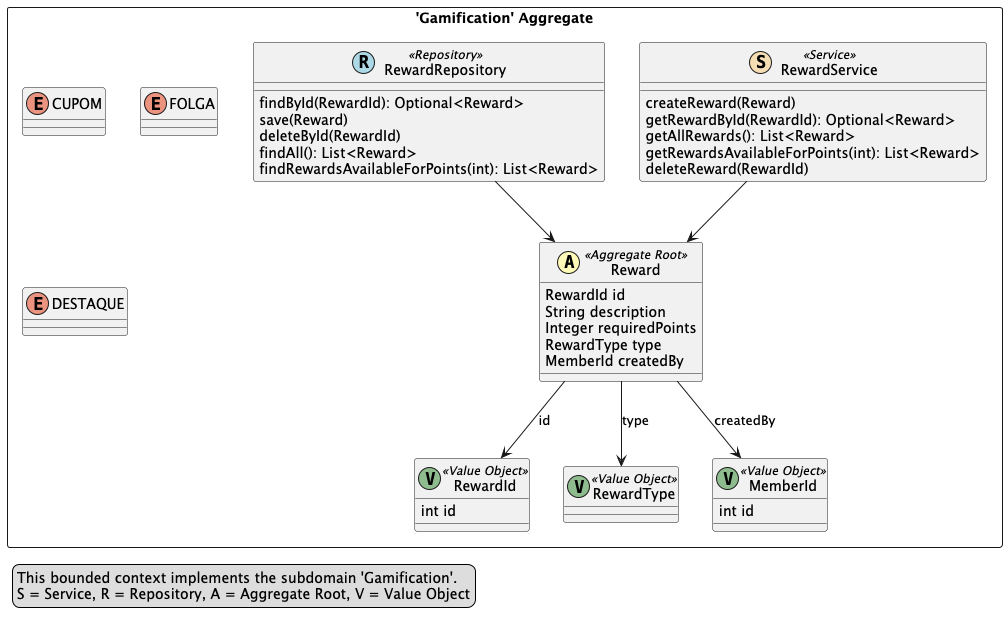
brunoribeirol/jira-gamificado keeps this PlantUML diagram as docs/context-mapper/images/Gamification.png. Above is the earlier version.
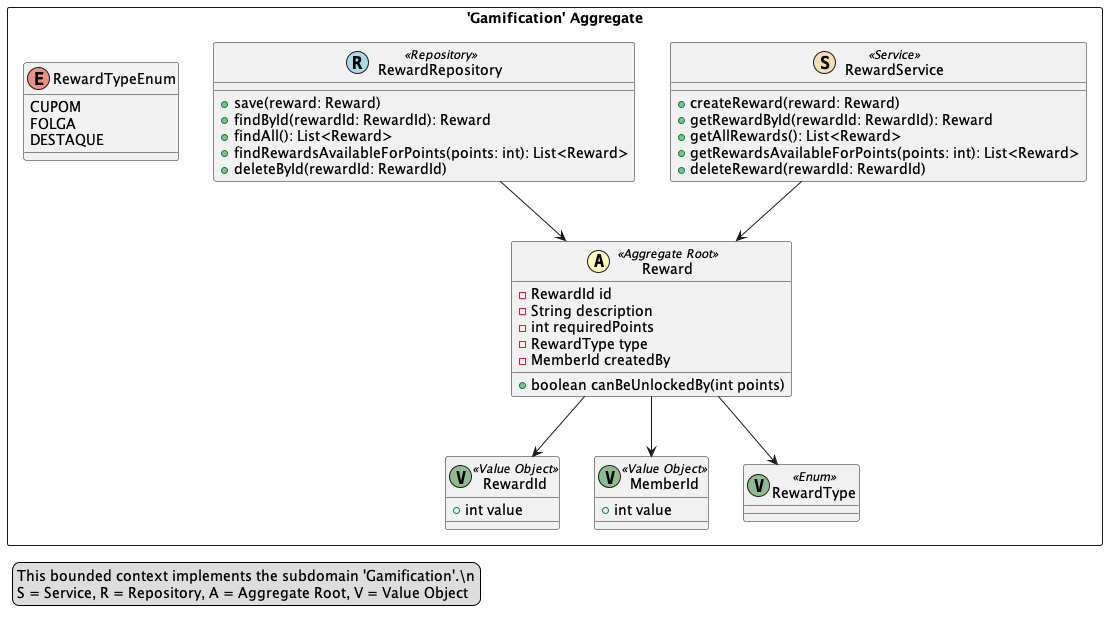
Above is the later version.

Change to the diagram source:
```diff
@@ -1,59 +1,61 @@
 @startuml
-
 skinparam componentStyle uml2
 
 package "'Gamification' Aggregate" <<Rectangle>> {
 
     class Reward <<(A,#fffab8) Aggregate Root>> {
-        RewardId id
-        String description
-        Integer requiredPoints
-        RewardType type
-        MemberId createdBy
+        - RewardId id
+        - String description
+        - int requiredPoints
+        - RewardType type
+        - MemberId createdBy
+
+        + boolean canBeUnlockedBy(int points)
     }
 
     class RewardId <<(V,DarkSeaGreen) Value Object>> {
-        int id
+        + int value
     }
 
-    class RewardType <<(V,DarkSeaGreen) Value Object>> {
+    class MemberId <<(V,DarkSeaGreen) Value Object>> {
+        + int value
     }
 
-    enum CUPOM
-    enum FOLGA
-    enum DESTAQUE
+    class RewardType <<(V,DarkSeaGreen) Enum>> {
+    }
 
-    class MemberId <<(V,DarkSeaGreen) Value Object>> {
-        int id
+    enum RewardTypeEnum {
+        CUPOM
+        FOLGA
+        DESTAQUE
     }
 
     class RewardRepository <<(R,LightBlue) Repository>> {
-        findById(RewardId): Optional<Reward>
-        save(Reward)
-        deleteById(RewardId)
-        findAll(): List<Reward>
-        findRewardsAvailableForPoints(int): List<Reward>
+        + save(reward: Reward)
+        + findById(rewardId: RewardId): Reward
+        + findAll(): List<Reward>
+        + findRewardsAvailableForPoints(points: int): List<Reward>
+        + deleteById(rewardId: RewardId)
     }
 
     class RewardService <<(S,Wheat) Service>> {
-        createReward(Reward)
-        getRewardById(RewardId): Optional<Reward>
-        getAllRewards(): List<Reward>
-        getRewardsAvailableForPoints(int): List<Reward>
-        deleteReward(RewardId)
+        + createReward(reward: Reward)
+        + getRewardById(rewardId: RewardId): Reward
+        + getAllRewards(): List<Reward>
+        + getRewardsAvailableForPoints(points: int): List<Reward>
+        + deleteReward(rewardId: RewardId)
     }
 
-    Reward --> RewardId : id
-    Reward --> RewardType : type
-    Reward --> MemberId : createdBy
+    Reward --> RewardId
+    Reward --> MemberId
+    Reward --> RewardType
 
     RewardRepository --> Reward
     RewardService --> Reward
 }
 
 legend left
-  This bounded context implements the subdomain 'Gamification'.
+  This bounded context implements the subdomain 'Gamification'.\n
   S = Service, R = Repository, A = Aggregate Root, V = Value Object
 end legend
-
 @enduml
```
